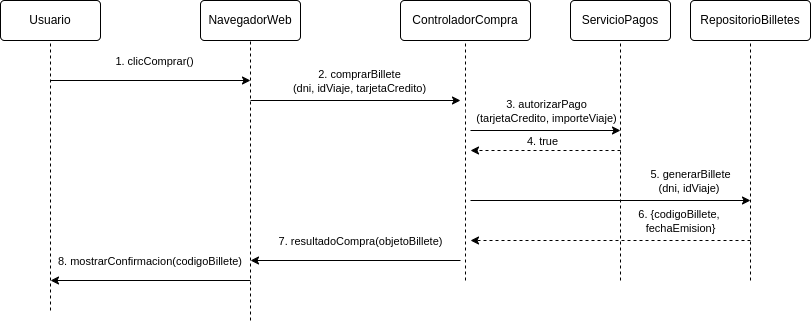
This is ut5/a4/img/ut5_a4.png from IvnMD/etsdam_ivan, a draw.io export, as it was before one commit. Source tidied: cells renumbered, new cells last; positions are measured from the earlier drawing's top-left corner, leaving out a move shared by most shapes.
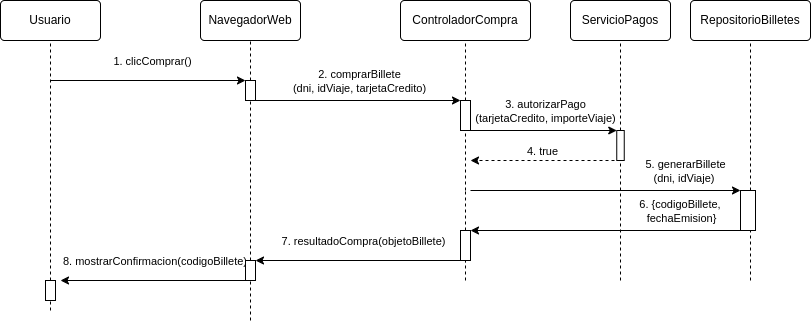
The same file after the commit.

Diff of the diagram source:
```diff
@@ -22,23 +22,15 @@
         <mxPoint x="750" y="280" as="sourcePoint" />
       </mxGeometry>
     </mxCell>
-    <mxCell id="8" style="endArrow=none;html=1;entryX=0.5;entryY=1;entryDx=0;entryDy=0;dashed=1;" parent="1" edge="1" target="5">
-      <mxGeometry relative="1" as="geometry">
-        <mxPoint x="620" y="280" as="sourcePoint" />
-      </mxGeometry>
+    <mxCell id="8" style="endArrow=none;html=1;entryX=0.5;entryY=1;entryDx=0;entryDy=0;dashed=1;" parent="1" edge="1" source="33" target="5">
+      <mxGeometry relative="1" as="geometry" />
     </mxCell>
-    <mxCell id="9" style="endArrow=none;html=1;entryX=0.5;entryY=1;entryDx=0;entryDy=0;dashed=1;" parent="1" edge="1" target="4">
-      <mxGeometry relative="1" as="geometry">
-        <mxPoint x="465" y="280" as="sourcePoint" />
-        <Array as="points">
-          <mxPoint x="465" y="120" />
-        </Array>
-      </mxGeometry>
+    <mxCell id="9" style="endArrow=none;html=1;entryX=0.5;entryY=1;entryDx=0;entryDy=0;dashed=1;" parent="1" edge="1" source="31" target="4">
+      <mxGeometry relative="1" as="geometry" />
     </mxCell>
-    <mxCell id="10" style="endArrow=classic;html=1;" parent="1" edge="1">
+    <mxCell id="10" style="endArrow=classic;html=1;entryX=0;entryY=0;entryDx=0;entryDy=0;" parent="1" edge="1" target="29">
       <mxGeometry relative="1" as="geometry">
         <mxPoint x="50" y="80" as="sourcePoint" />
-        <mxPoint x="250" y="80" as="targetPoint" />
       </mxGeometry>
     </mxCell>
     <mxCell id="11" value="1. clicComprar()" style="edgeLabel;html=1;align=center;verticalAlign=middle;" parent="10" vertex="1">
@@ -59,8 +51,8 @@
     </mxCell>
     <mxCell id="14" style="endArrow=classic;html=1;dashed=1;" parent="1" edge="1">
       <mxGeometry relative="1" as="geometry">
-        <mxPoint x="620" y="150" as="sourcePoint" />
-        <mxPoint x="470" y="150" as="targetPoint" />
+        <mxPoint x="620" y="160" as="sourcePoint" />
+        <mxPoint x="470" y="160" as="targetPoint" />
       </mxGeometry>
     </mxCell>
     <mxCell id="15" value="4. true" style="edgeLabel;html=1;align=center;verticalAlign=middle;" parent="14" vertex="1">
@@ -68,10 +60,9 @@
         <mxPoint x="-2" y="-8" as="offset" />
       </mxGeometry>
     </mxCell>
-    <mxCell id="16" style="endArrow=classic;html=1;" parent="1" edge="1">
+    <mxCell id="16" style="endArrow=classic;html=1;entryX=0;entryY=0;entryDx=0;entryDy=0;" parent="1" edge="1" target="33">
       <mxGeometry relative="1" as="geometry">
         <mxPoint x="470" y="130" as="sourcePoint" />
-        <mxPoint x="620" y="130" as="targetPoint" />
       </mxGeometry>
     </mxCell>
     <mxCell id="17" value="3. autorizarPago&lt;div&gt;(tarjetaCredito, importeViaje)&lt;/div&gt;" style="edgeLabel;html=1;align=center;verticalAlign=middle;" parent="16" vertex="1">
@@ -79,10 +70,9 @@
         <mxPoint x="-2" y="-22" as="offset" />
       </mxGeometry>
     </mxCell>
-    <mxCell id="18" style="endArrow=classic;html=1;" parent="1" edge="1">
+    <mxCell id="18" style="endArrow=classic;html=1;entryX=0;entryY=0;entryDx=0;entryDy=0;" parent="1" edge="1" target="35">
       <mxGeometry relative="1" as="geometry">
-        <mxPoint x="470" y="200" as="sourcePoint" />
-        <mxPoint x="750" y="200" as="targetPoint" />
+        <mxPoint x="470" y="190" as="sourcePoint" />
       </mxGeometry>
     </mxCell>
     <mxCell id="19" value="5.&amp;nbsp;generarBillete&lt;div&gt;(dni, idViaje)&amp;nbsp;&lt;/div&gt;" style="edgeLabel;html=1;align=center;verticalAlign=middle;" parent="18" vertex="1">
@@ -90,10 +80,10 @@
         <mxPoint x="75" y="-22" as="offset" />
       </mxGeometry>
     </mxCell>
-    <mxCell id="20" style="html=1;labelBackgroundColor=#ffffff;startArrow=none;startFill=0;startSize=6;endArrow=classic;endFill=1;endSize=6;jettySize=auto;orthogonalLoop=1;strokeWidth=1;dashed=1;fontSize=14;" parent="1" edge="1">
+    <mxCell id="20" style="html=1;labelBackgroundColor=#ffffff;startArrow=none;startFill=0;startSize=6;endArrow=classic;endFill=1;endSize=6;jettySize=auto;orthogonalLoop=1;strokeWidth=1;fontSize=14;" parent="1" edge="1">
       <mxGeometry relative="1" as="geometry">
-        <mxPoint x="750" y="240" as="sourcePoint" />
-        <mxPoint x="470" y="240" as="targetPoint" />
+        <mxPoint x="750" y="230" as="sourcePoint" />
+        <mxPoint x="470" y="230" as="targetPoint" />
       </mxGeometry>
     </mxCell>
     <mxCell id="21" value="&lt;span style=&quot;color: rgb(0, 0, 0);&quot;&gt;6. {codigoBillete,&amp;nbsp;&lt;/span&gt;&lt;div&gt;fechaEmision}&lt;/div&gt;" style="edgeLabel;html=1;align=center;verticalAlign=middle;" parent="20" vertex="1">
@@ -101,20 +91,17 @@
         <mxPoint x="51" y="-22" as="offset" />
       </mxGeometry>
     </mxCell>
-    <mxCell id="22" style="endArrow=none;dashed=1;html=1;entryX=0.5;entryY=1;entryDx=0;entryDy=0;" parent="1" edge="1" target="3">
-      <mxGeometry relative="1" as="geometry">
-        <mxPoint x="250" y="320" as="sourcePoint" />
-      </mxGeometry>
+    <mxCell id="22" style="endArrow=none;dashed=1;html=1;entryX=0.5;entryY=1;entryDx=0;entryDy=0;" parent="1" edge="1" source="29" target="3">
+      <mxGeometry relative="1" as="geometry" />
     </mxCell>
     <mxCell id="23" style="endArrow=none;dashed=1;html=1;entryX=0.5;entryY=1;entryDx=0;entryDy=0;" parent="1" edge="1" target="2">
       <mxGeometry relative="1" as="geometry">
         <mxPoint x="50" y="310" as="sourcePoint" />
       </mxGeometry>
     </mxCell>
-    <mxCell id="24" style="html=1;labelBackgroundColor=#ffffff;startArrow=none;startFill=0;startSize=6;endArrow=classic;endFill=1;endSize=6;jettySize=auto;orthogonalLoop=1;strokeWidth=1;fontSize=14;" parent="1" edge="1">
+    <mxCell id="24" style="html=1;labelBackgroundColor=#ffffff;startArrow=none;startFill=0;startSize=6;endArrow=classic;endFill=1;endSize=6;jettySize=auto;strokeWidth=1;fontSize=14;entryX=1;entryY=0;entryDx=0;entryDy=0;" parent="1" edge="1" target="39">
       <mxGeometry relative="1" as="geometry">
         <mxPoint x="460" y="260" as="sourcePoint" />
-        <mxPoint x="250" y="260" as="targetPoint" />
       </mxGeometry>
     </mxCell>
     <mxCell id="25" value="&lt;span style=&quot;color: rgb(0, 0, 0);&quot;&gt;7.&amp;nbsp;&lt;/span&gt;resultadoCompra(objetoBillete)" style="edgeLabel;html=1;align=center;verticalAlign=middle;" parent="24" vertex="1">
@@ -125,7 +112,7 @@
     <mxCell id="26" style="endArrow=classic;html=1;" parent="1" edge="1">
       <mxGeometry relative="1" as="geometry">
         <mxPoint x="250" y="280" as="sourcePoint" />
-        <mxPoint x="50" y="280" as="targetPoint" />
+        <mxPoint x="60" y="280" as="targetPoint" />
       </mxGeometry>
     </mxCell>
     <mxCell id="27" value="8.&amp;nbsp;mostrarConfirmacion(codigoBillete)&amp;nbsp;" style="edgeLabel;html=1;align=center;verticalAlign=middle;" parent="26" vertex="1">
@@ -133,5 +120,57 @@
         <mxPoint x="3" y="-18" as="offset" />
       </mxGeometry>
     </mxCell>
+    <mxCell id="28" style="endArrow=none;dashed=1;html=1;entryX=0.5;entryY=1;entryDx=0;entryDy=0;" parent="1" edge="1" source="39" target="29">
+      <mxGeometry relative="1" as="geometry" />
+    </mxCell>
+    <mxCell id="29" style="rounded=0;whiteSpace=wrap;html=1;" parent="1" vertex="1">
+      <mxGeometry x="245" y="80" width="10" height="20" as="geometry" />
+    </mxCell>
+    <mxCell id="30" style="endArrow=none;html=1;entryX=0.5;entryY=1;entryDx=0;entryDy=0;dashed=1;" parent="1" edge="1" target="31">
+      <mxGeometry relative="1" as="geometry">
+        <mxPoint x="465" y="190" as="sourcePoint" />
+        <Array as="points">
+          <mxPoint x="465" y="120" />
+        </Array>
+      </mxGeometry>
+    </mxCell>
+    <mxCell id="31" style="rounded=0;whiteSpace=wrap;html=1;" parent="1" vertex="1">
+      <mxGeometry x="460" y="100" width="10" height="30" as="geometry" />
+    </mxCell>
+    <mxCell id="32" style="endArrow=none;html=1;entryX=0.5;entryY=1;entryDx=0;entryDy=0;dashed=1;" parent="1" edge="1" target="33">
+      <mxGeometry relative="1" as="geometry">
+        <mxPoint x="620" y="280" as="sourcePoint" />
+      </mxGeometry>
+    </mxCell>
+    <mxCell id="33" style="rounded=0;whiteSpace=wrap;html=1;" parent="1" vertex="1">
+      <mxGeometry x="616.2" y="130" width="7.5" height="30" as="geometry" />
+    </mxCell>
+    <mxCell id="34" style="endArrow=none;html=1;entryX=0.5;entryY=1;entryDx=0;entryDy=0;dashed=1;" parent="1" edge="1" source="37">
+      <mxGeometry relative="1" as="geometry">
+        <mxPoint x="465" y="190" as="targetPoint" />
+      </mxGeometry>
+    </mxCell>
+    <mxCell id="35" style="rounded=0;whiteSpace=wrap;html=1;" parent="1" vertex="1">
+      <mxGeometry x="740" y="190" width="15" height="40" as="geometry" />
+    </mxCell>
+    <mxCell id="36" style="endArrow=none;html=1;entryX=0.5;entryY=1;entryDx=0;entryDy=0;dashed=1;" parent="1" edge="1" target="37">
+      <mxGeometry relative="1" as="geometry">
+        <mxPoint x="465" y="280" as="sourcePoint" />
+      </mxGeometry>
+    </mxCell>
+    <mxCell id="37" style="rounded=0;whiteSpace=wrap;html=1;" parent="1" vertex="1">
+      <mxGeometry x="460" y="230" width="10" height="30" as="geometry" />
+    </mxCell>
+    <mxCell id="38" style="endArrow=none;dashed=1;html=1;entryX=0.5;entryY=1;entryDx=0;entryDy=0;" parent="1" edge="1" target="39">
+      <mxGeometry relative="1" as="geometry">
+        <mxPoint x="250" y="320" as="sourcePoint" />
+      </mxGeometry>
+    </mxCell>
+    <mxCell id="39" style="rounded=0;whiteSpace=wrap;html=1;" parent="1" vertex="1">
+      <mxGeometry x="245" y="260" width="10" height="20" as="geometry" />
+    </mxCell>
+    <mxCell id="40" style="rounded=0;whiteSpace=wrap;html=1;" parent="1" vertex="1">
+      <mxGeometry x="45" y="280" width="10" height="20" as="geometry" />
+    </mxCell>
   </root>
 </mxGraphModel>
```
